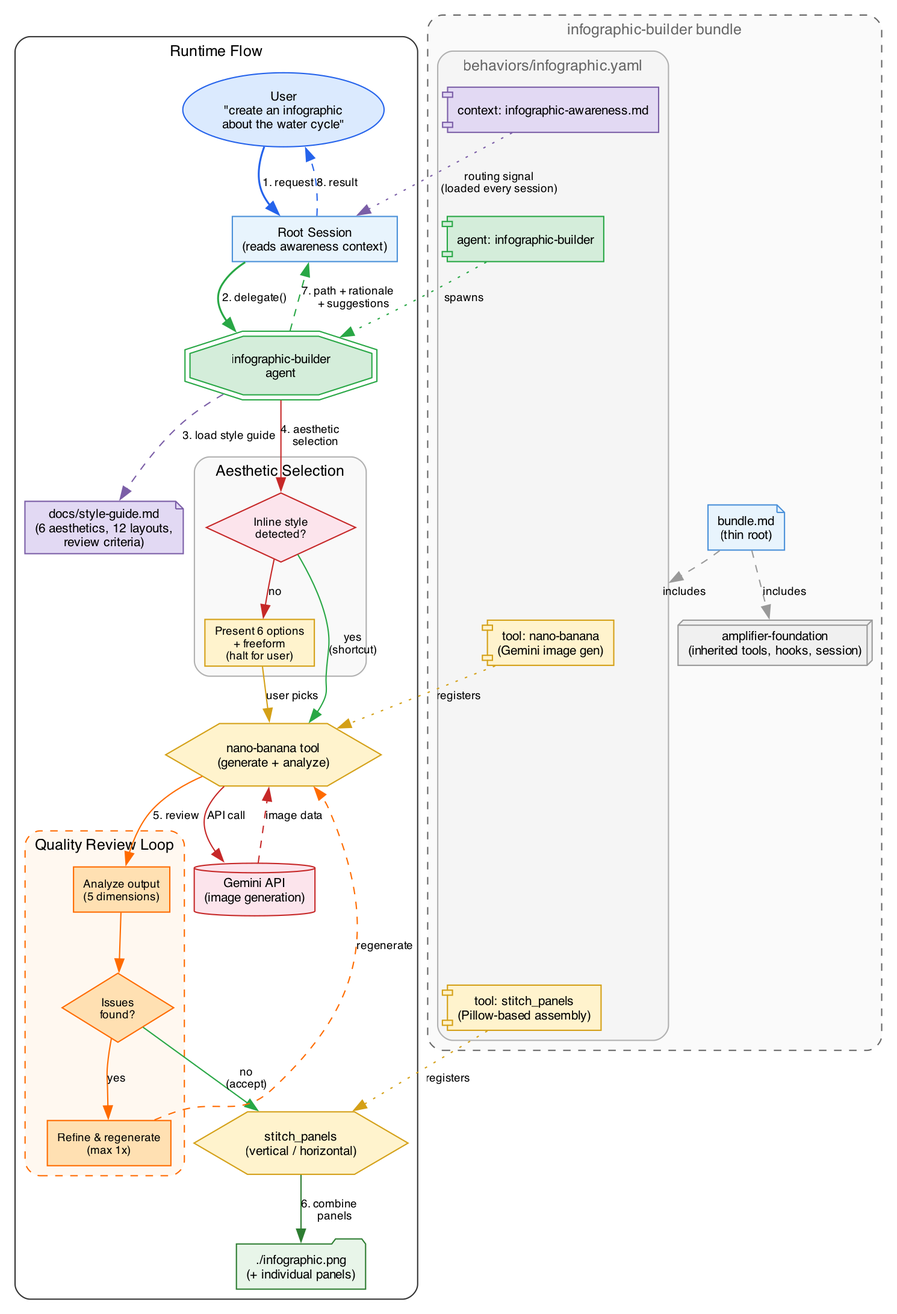
The Graphviz diagram docs/architecture.png in singh2/infographic-builder, before a commit. Its source is kept beside it as docs/architecture.dot.
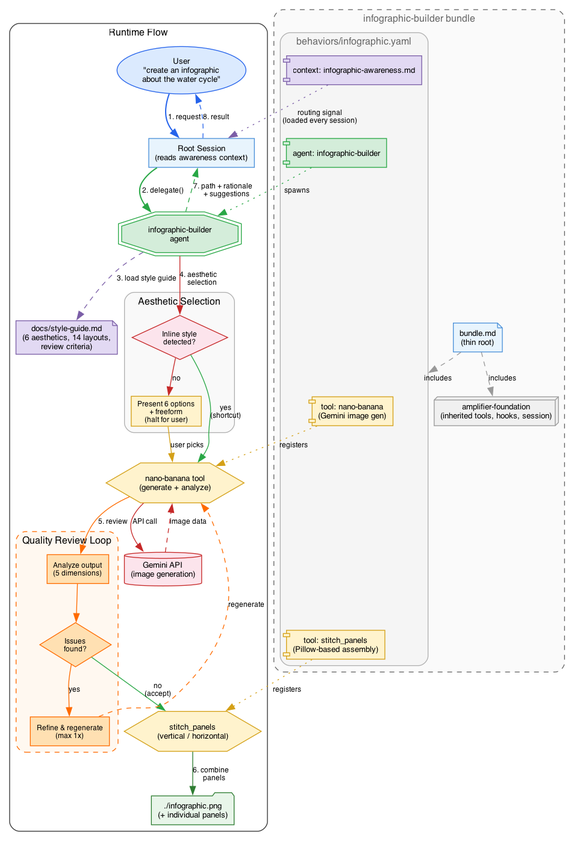
After the change.

Commit message:
docs: update diagrams -- 14 layouts, 23 scenarios, GPT-5.4 model

Change to the diagram source:
```diff
@@ -97,7 +97,7 @@
         ]
 
         style_guide [
-            label="docs/style-guide.md\n(6 aesthetics, 12 layouts,\nreview criteria)"
+            label="docs/style-guide.md\n(6 aesthetics, 14 layouts,\nreview criteria)"
             shape=note
             fillcolor="#e2d9f3"
             color="#7b5ea7"
```
